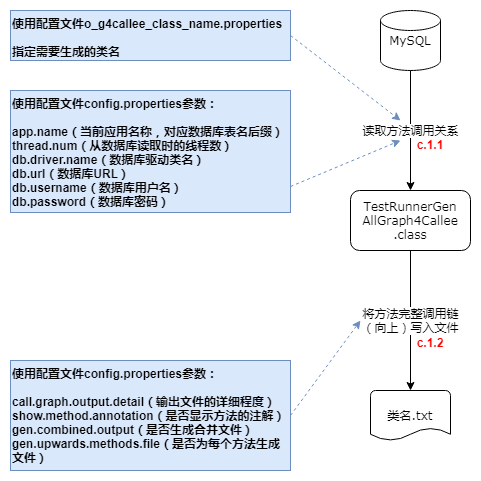
Adrninistrator/java-all-call-graph keeps this draw.io diagram as pic/args-use-c.1.png. Above is the earlier version. Source tidied: cells renumbered, new cells last; positions are measured from the earlier drawing's top-left corner, leaving out a move shared by most shapes.
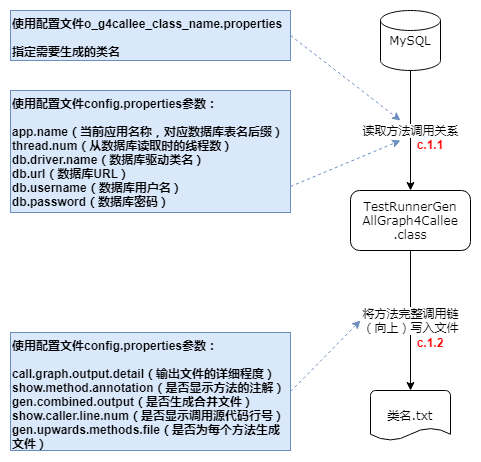
The same file after the commit.

The edit, as a diff of the source:
```diff
@@ -31,8 +31,8 @@
         <mxPoint x="390" y="130" as="targetPoint" />
       </mxGeometry>
     </mxCell>
-    <mxCell id="10" value="使用配置文件config.properties参数：&lt;br&gt;&lt;br&gt;&lt;div&gt;call.graph.output.detail（输出文件的详细程度）&lt;/div&gt;&lt;div&gt;show.method.annotation（是否显示方法的注解）&lt;/div&gt;&lt;div&gt;gen.combined.output（是否生成合并文件）&lt;/div&gt;&lt;div&gt;gen.upwards.methods.file（是否为每个方法生成文件）&lt;br&gt;&lt;/div&gt;" style="rounded=0;whiteSpace=wrap;html=1;align=left;verticalAlign=top;fillColor=#dae8fc;strokeColor=#6c8ebf;fontStyle=1;" parent="1" vertex="1">
-      <mxGeometry y="350" width="280" height="110" as="geometry" />
+    <mxCell id="10" value="使用配置文件config.properties参数：&lt;br&gt;&lt;br&gt;&lt;div&gt;call.graph.output.detail（输出文件的详细程度）&lt;/div&gt;&lt;div&gt;show.method.annotation（是否显示方法的注解）&lt;/div&gt;&lt;div&gt;gen.combined.output（是否生成合并文件）&lt;/div&gt;&lt;div&gt;show.caller.line.num（是否显示调用源代码行号）&lt;br&gt;&lt;/div&gt;&lt;div&gt;gen.upwards.methods.file（是否为每个方法生成文件）&lt;br&gt;&lt;/div&gt;" style="rounded=0;whiteSpace=wrap;html=1;align=left;verticalAlign=top;fillColor=#dae8fc;strokeColor=#6c8ebf;fontStyle=1;" parent="1" vertex="1">
+      <mxGeometry y="322" width="280" height="118" as="geometry" />
     </mxCell>
     <mxCell id="11" style="endArrow=classic;html=1;exitX=1;exitY=0.5;exitDx=0;exitDy=0;dashed=1;fillColor=#dae8fc;strokeColor=#6c8ebf;" parent="1" edge="1" source="10">
       <mxGeometry relative="1" as="geometry">
```
